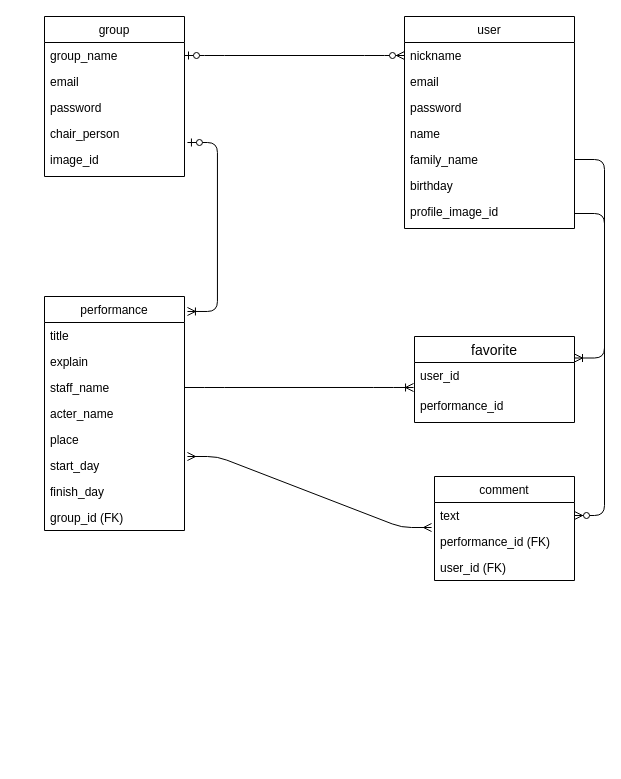
Before: theatre_archive.dio in Kagiya-masahumi/theatre_archive_app, a draw.io diagram. Source tidied: cells renumbered, new cells numbered last; positions are measured from the earlier drawing's top-left corner, leaving out a move shared by most shapes. Both pictures are drawn from the tidied source at 100%, with x=0, y=0 at pixel (44, 16).
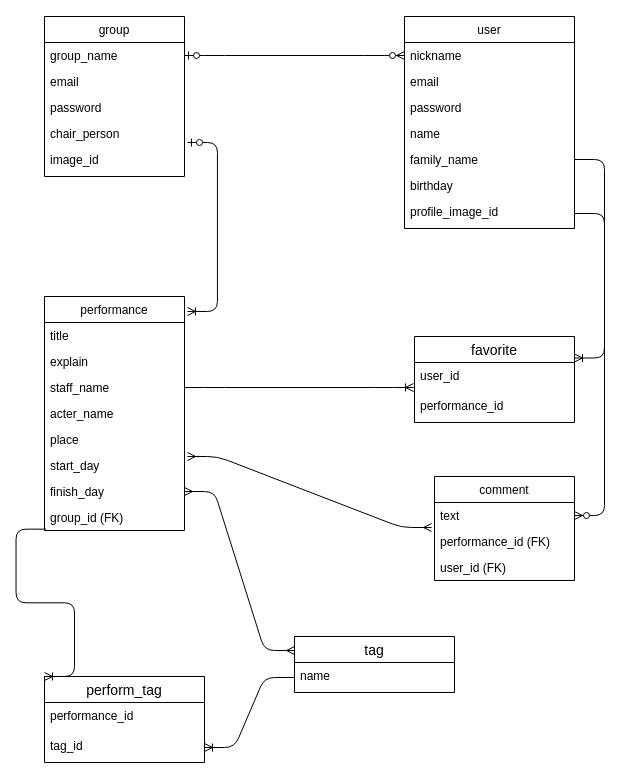
After the change.

Unchanged cells that the change refers to:
```xml
<mxCell id="23" value="finish_day" style="text;strokeColor=none;fillColor=none;align=left;verticalAlign=top;spacingLeft=4;spacingRight=4;overflow=hidden;points=[[0,0.5],[1,0.5]];portConstraint=eastwest;" parent="16" vertex="1">
  <mxGeometry y="182" width="140" height="26" as="geometry" />
</mxCell>
<mxCell id="24" value="group_id (FK)" style="text;strokeColor=none;fillColor=none;align=left;verticalAlign=top;spacingLeft=4;spacingRight=4;overflow=hidden;points=[[0,0.5],[1,0.5]];portConstraint=eastwest;" parent="16" vertex="1">
  <mxGeometry y="208" width="140" height="26" as="geometry" />
</mxCell>
```

The edit, as a diff of the source:
```diff
@@
+    <mxCell id="38" value="tag" style="swimlane;fontStyle=0;horizontal=1;startSize=26;align=center;fontSize=14;" parent="1" vertex="1">
+      <mxGeometry x="250" y="620" width="160" height="56" as="geometry" />
+    </mxCell>
+    <mxCell id="39" value="name" style="text;strokeColor=none;fillColor=none;spacingLeft=4;spacingRight=4;overflow=hidden;points=[[0,0.5],[1,0.5]];portConstraint=eastwest;fontSize=12;" parent="38" vertex="1">
+      <mxGeometry y="26" width="160" height="30" as="geometry" />
+    </mxCell>
+    <mxCell id="40" value="perform_tag" style="swimlane;fontStyle=0;horizontal=1;startSize=26;align=center;fontSize=14;" parent="1" vertex="1">
+      <mxGeometry y="660" width="160" height="86" as="geometry" />
+    </mxCell>
+    <mxCell id="41" value="performance_id" style="text;strokeColor=none;fillColor=none;spacingLeft=4;spacingRight=4;overflow=hidden;fontSize=12;" parent="40" vertex="1">
+      <mxGeometry y="26" width="160" height="30" as="geometry" />
+    </mxCell>
+    <mxCell id="42" value="tag_id" style="text;strokeColor=none;fillColor=none;spacingLeft=4;spacingRight=4;overflow=hidden;points=[[0,0.5],[1,0.5]];portConstraint=eastwest;fontSize=12;" parent="40" vertex="1">
+      <mxGeometry y="56" width="160" height="30" as="geometry" />
+    </mxCell>
+    <mxCell id="43" style="edgeStyle=entityRelationEdgeStyle;fontSize=12;html=1;endArrow=ERoneToMany;exitX=0;exitY=0.5;exitDx=0;exitDy=0;entryX=1;entryY=0.5;entryDx=0;entryDy=0;" parent="1" edge="1" source="39" target="42">
+      <mxGeometry relative="1" as="geometry" />
+    </mxCell>
+    <mxCell id="44" style="edgeStyle=entityRelationEdgeStyle;fontSize=12;html=1;endArrow=ERmany;startArrow=ERmany;entryX=1;entryY=0.5;entryDx=0;entryDy=0;exitX=0;exitY=0.25;exitDx=0;exitDy=0;" parent="1" edge="1" source="38" target="23">
+      <mxGeometry relative="1" as="geometry" />
+    </mxCell>
+    <mxCell id="45" style="edgeStyle=entityRelationEdgeStyle;fontSize=12;html=1;endArrow=ERoneToMany;entryX=0;entryY=0;entryDx=0;entryDy=0;exitX=0.011;exitY=0.948;exitDx=0;exitDy=0;exitPerimeter=0;" parent="1" edge="1" source="24" target="40">
+      <mxGeometry relative="1" as="geometry" />
+    </mxCell>
```
